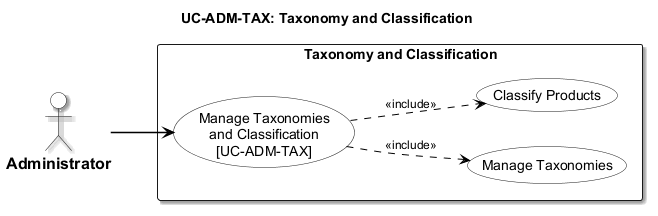
Above: thesis/figures/chapters/part2/ch2-design/02-use-cases/diagrams/P2S2.2.2_usecase-taxonomy-classification.png in qingfa-dev/ReSys.Shop (PlantUML), before the change.
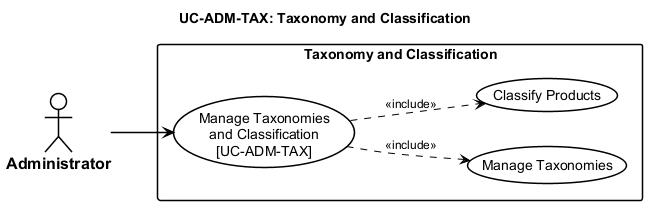
The same diagram one commit later.

Change to the diagram source:
```diff
@@ -3,34 +3,34 @@
 
 <style>
   root {
-    fontName "Arial"
-    fontSize 14
-    shadowing false
+    FontName "Arial"
+    FontSize 14
+    Shadowing 0
   }
   actor {
-    backgroundColor #FFFFFF
-    borderColor #000000
-    borderThickness 1.5
-    fontColor #000000
-    fontStyle bold
-    fontSize 16
+    BackGroundColor #FFFFFF
+    LineColor #000000
+    LineThickness 1.5
+    FontColor #000000
+    FontStyle bold
+    FontSize 16
   }
   usecase {
-    backgroundColor #FFFFFF
-    borderColor #000000
-    borderThickness 1.5
-    fontColor #000000
+    BackGroundColor #FFFFFF
+    LineColor #000000
+    LineThickness 1.5
+    FontColor #000000
   }
   rectangle {
-    backgroundColor #FFFFFF
-    borderColor #000000
-    borderThickness 1.5
-    fontStyle bold
+    BackGroundColor #FFFFFF
+    LineColor #000000
+    LineThickness 1.5
+    FontStyle bold
   }
   arrow {
-    lineColor #000000
-    lineThickness 1.5
-    fontSize 12
+    LineColor #000000
+    LineThickness 1.5
+    FontSize 12
   }
 </style>
 title UC-ADM-TAX: Taxonomy and Classification
```
